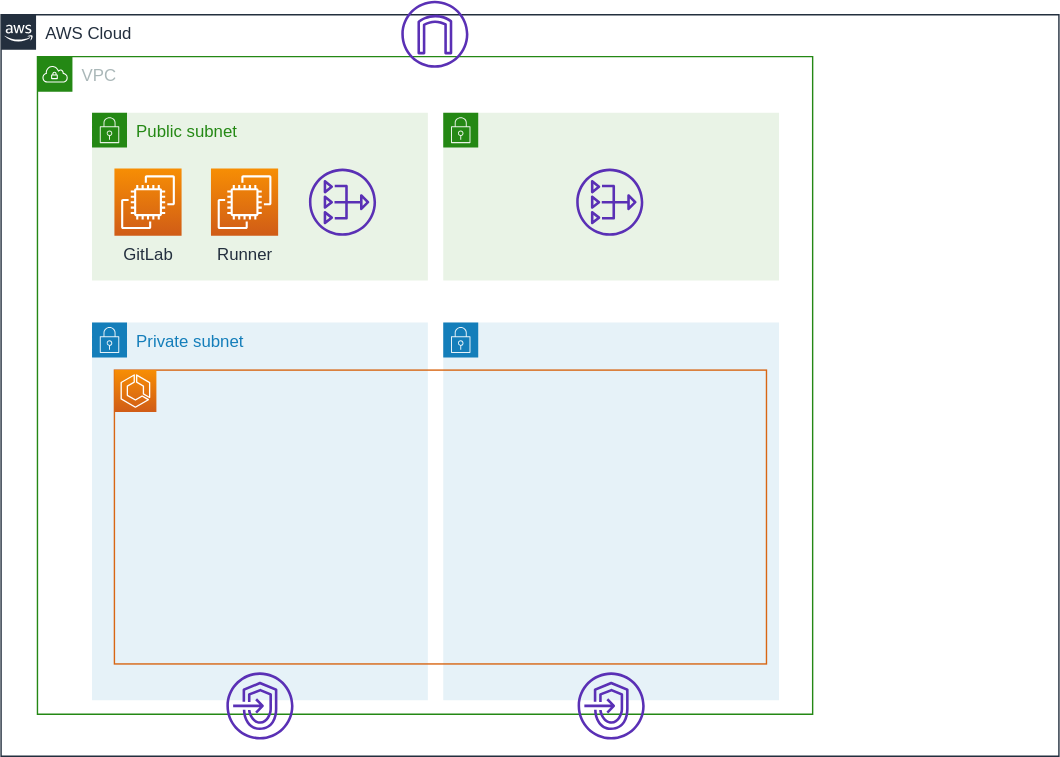
Above: documents/images/use-ecs.svg in moriryota62/ecs-cicd (draw.io), before the change. Source tidied: cells renumbered, new cells last; positions are measured from the earlier drawing's top-left corner, leaving out a move shared by most shapes.
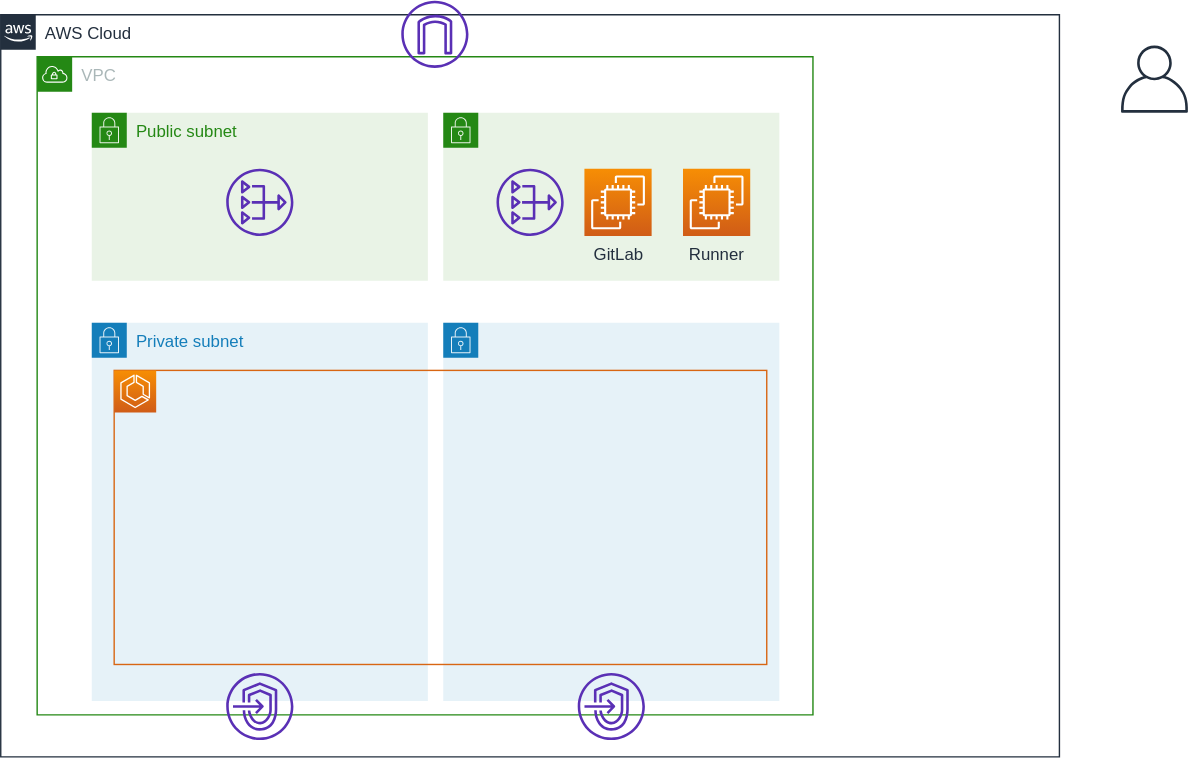
After the commit.

Diff of the diagram source:
```diff
@@ -15,10 +15,10 @@
       <mxGeometry x="316" y="80" width="240" height="120" as="geometry" />
     </mxCell>
     <mxCell id="6" value="GitLab" style="fontColor=#232F3E;gradientColor=#F78E04;gradientDirection=north;fillColor=#D05C17;strokeColor=#ffffff;dashed=0;verticalLabelPosition=bottom;verticalAlign=top;align=center;html=1;fontSize=12;fontStyle=0;shape=mxgraph.aws4.resourceIcon;resIcon=mxgraph.aws4.ec2;" parent="1" vertex="1">
-      <mxGeometry x="81" y="120" width="48" height="48" as="geometry" />
+      <mxGeometry x="416.8" y="120" width="48" height="48" as="geometry" />
     </mxCell>
     <mxCell id="7" value="Runner" style="fontColor=#232F3E;gradientColor=#F78E04;gradientDirection=north;fillColor=#D05C17;strokeColor=#ffffff;dashed=0;verticalLabelPosition=bottom;verticalAlign=top;align=center;html=1;fontSize=12;fontStyle=0;shape=mxgraph.aws4.resourceIcon;resIcon=mxgraph.aws4.ec2;" parent="1" vertex="1">
-      <mxGeometry x="150" y="120" width="48" height="48" as="geometry" />
+      <mxGeometry x="487.2" y="120" width="48" height="48" as="geometry" />
     </mxCell>
     <mxCell id="8" style="fontColor=#232F3E;gradientColor=none;fillColor=#5A30B5;strokeColor=none;dashed=0;verticalLabelPosition=bottom;verticalAlign=top;align=center;html=1;fontSize=12;fontStyle=0;shape=mxgraph.aws4.internet_gateway;" parent="1" vertex="1">
       <mxGeometry x="286" width="48" height="48" as="geometry" />
@@ -36,7 +36,7 @@
       <mxGeometry x="81" y="264" width="30" height="30" as="geometry" />
     </mxCell>
     <mxCell id="13" style="fontColor=#232F3E;gradientColor=none;fillColor=#5A30B5;strokeColor=none;dashed=0;verticalLabelPosition=bottom;verticalAlign=top;align=center;html=1;fontSize=12;fontStyle=0;shape=mxgraph.aws4.nat_gateway;" parent="1" vertex="1">
-      <mxGeometry x="411" y="120" width="48" height="48" as="geometry" />
+      <mxGeometry x="161" y="120" width="48" height="48" as="geometry" />
     </mxCell>
     <mxCell id="14" style="fontColor=#232F3E;gradientColor=none;fillColor=#5A30B5;strokeColor=none;dashed=0;verticalLabelPosition=bottom;verticalAlign=top;align=center;html=1;fontSize=12;fontStyle=0;shape=mxgraph.aws4.endpoints;" parent="1" vertex="1">
       <mxGeometry x="161" y="480" width="48" height="48" as="geometry" />
@@ -45,7 +45,10 @@
       <mxGeometry x="412" y="480" width="48" height="48" as="geometry" />
     </mxCell>
     <mxCell id="16" style="fontColor=#232F3E;gradientColor=none;fillColor=#5A30B5;strokeColor=none;dashed=0;verticalLabelPosition=bottom;verticalAlign=top;align=center;html=1;fontSize=12;fontStyle=0;shape=mxgraph.aws4.nat_gateway;" parent="1" vertex="1">
-      <mxGeometry x="220" y="120" width="48" height="48" as="geometry" />
+      <mxGeometry x="354" y="120" width="48" height="48" as="geometry" />
     </mxCell>
+    <mxCell id="17" style="fontColor=#232F3E;gradientColor=none;fillColor=#232F3E;strokeColor=none;dashed=0;verticalLabelPosition=bottom;verticalAlign=top;align=center;html=1;fontSize=12;fontStyle=0;shape=mxgraph.aws4.user;" parent="1" vertex="1">
+      <mxGeometry x="800" y="32" width="48" height="48" as="geometry" />
+    </mxCell>
   </root>
 </mxGraphModel>
```
